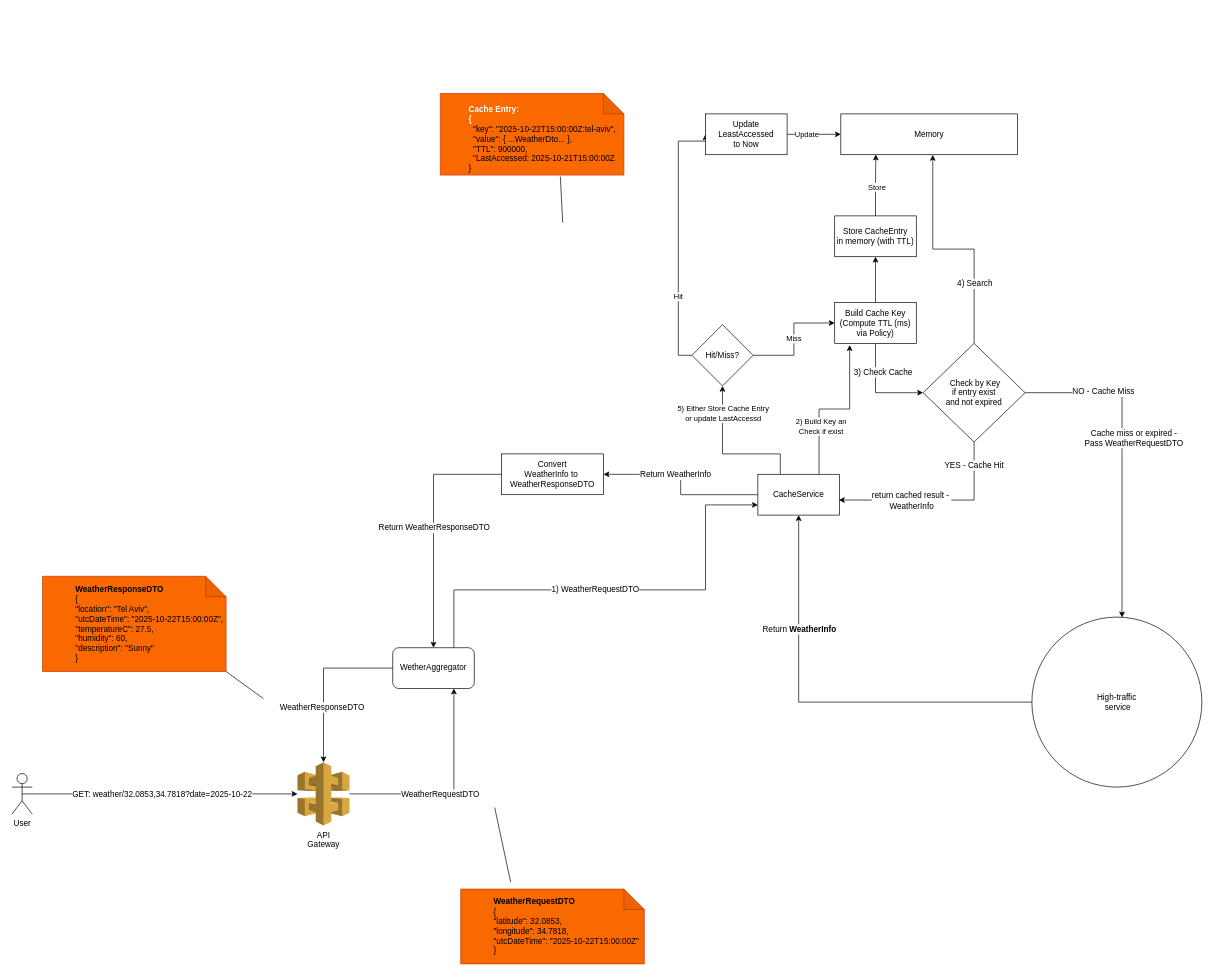
Above: Untitled Diagram.drawio in rotemo-iai/drawio (draw.io), before the change. Source tidied: cells renumbered, new cells numbered last; positions are measured from the earlier drawing's top-left corner, leaving out a move shared by most shapes. Both pictures are drawn from the tidied source at 68%, with x=0, y=0 at pixel (12, 93).
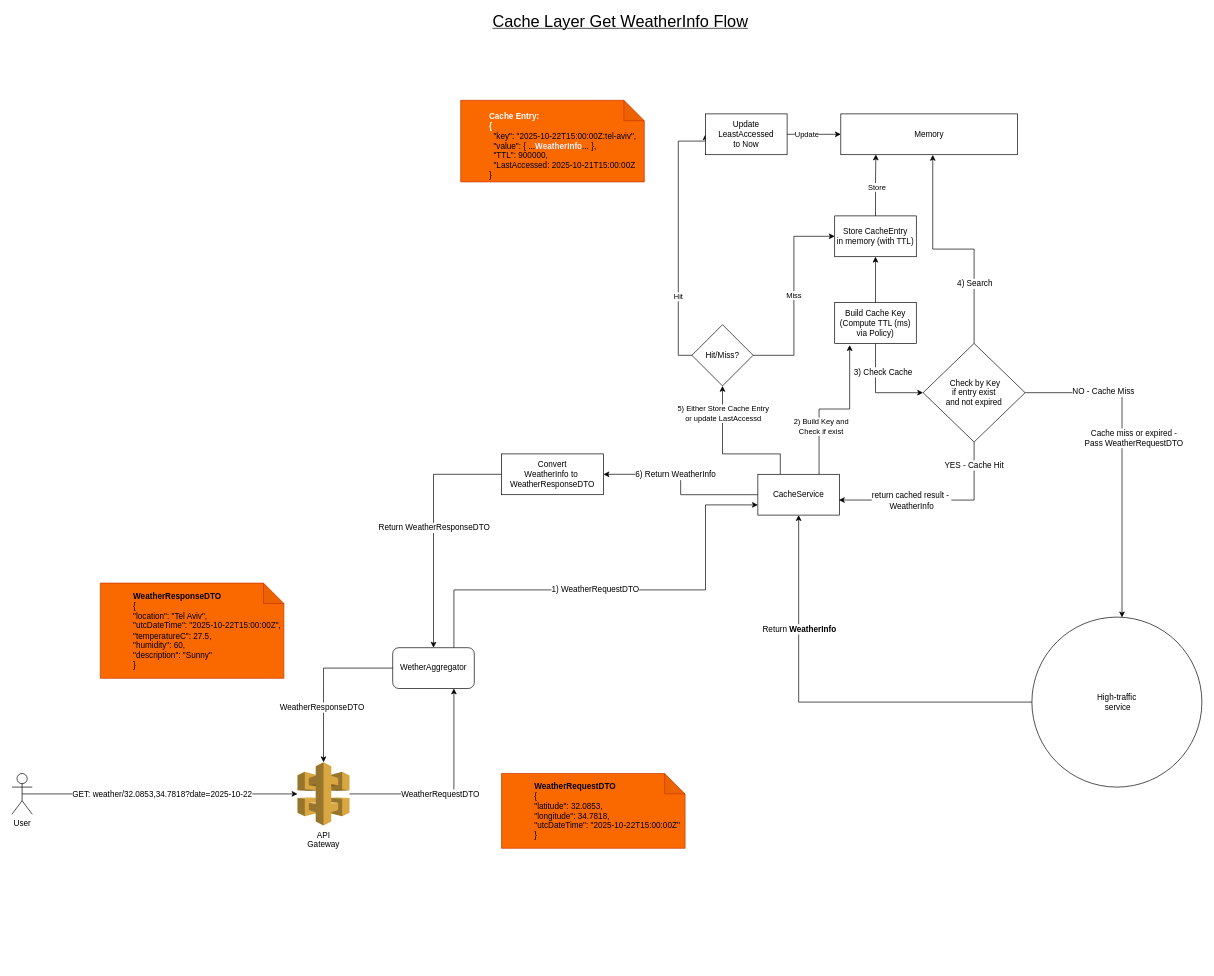
Above is the later version.

The change refers to these unchanged cells:
```xml
<mxCell id="26" style="edgeStyle=orthogonalEdgeStyle;rounded=0;jettySize=auto;html=1;exitX=0;exitY=0.5;exitDx=0;exitDy=0;entryX=1;entryY=0.5;entryDx=0;entryDy=0;fontSize=12;" parent="1" edge="1" source="28" target="43">
  <mxGeometry relative="1" as="geometry" />
</mxCell>
<mxCell id="32" value="Build Cache Key (Compute TTL (ms) via Policy)" style="rounded=0;whiteSpace=wrap;html=1;fontSize=12;" parent="1" vertex="1">
  <mxGeometry x="1210" y="307.5" width="120" height="60" as="geometry" />
</mxCell>
<mxCell id="46" value="Hit/Miss?" style="rhombus;whiteSpace=wrap;html=1;fontSize=12;" parent="1" vertex="1">
  <mxGeometry x="1000" y="340" width="90" height="90" as="geometry" />
</mxCell>
<mxCell id="47" value="&lt;span&gt;&lt;span style=&quot;text-wrap-mode: nowrap;&quot;&gt;Store&lt;/span&gt;&lt;span style=&quot;text-wrap-mode: nowrap;&quot;&gt;&amp;nbsp;&lt;/span&gt;&lt;/span&gt;&lt;span style=&quot;text-wrap-mode: nowrap;&quot;&gt;CacheEntry&lt;br&gt;&lt;/span&gt;&lt;span style=&quot;text-wrap-mode: nowrap;&quot;&gt;in memory (with TTL)&lt;/span&gt;" style="rounded=0;whiteSpace=wrap;html=1;fontSize=12;" parent="1" vertex="1">
  <mxGeometry x="1210" y="180" width="120" height="60" as="geometry" />
</mxCell>
<mxCell id="50" style="edgeStyle=orthogonalEdgeStyle;rounded=0;jettySize=auto;html=1;exitX=0.75;exitY=0;exitDx=0;exitDy=0;" parent="1" edge="1" source="28">
  <mxGeometry relative="1" as="geometry">
    <mxPoint x="1232" y="370" as="targetPoint" />
    <Array as="points">
      <mxPoint x="1187" y="464" />
      <mxPoint x="1232" y="464" />
    </Array>
  </mxGeometry>
</mxCell>
```

What changed in the source:
```diff
@@
-    <mxCell id="12" value="&lt;blockquote style=&quot;margin: 0 0 0 40px; border: none; padding: 0px;&quot;&gt;&lt;div&gt;&amp;nbsp;&amp;nbsp;&lt;/div&gt;&lt;b style=&quot;text-align: center; text-wrap-mode: nowrap;&quot;&gt;&lt;font style=&quot;color: light-dark(rgb(255, 255, 255), rgb(255, 255, 255));&quot;&gt;Cache Entry:&lt;br&gt;{&lt;br&gt;&lt;/font&gt;&lt;/b&gt;&lt;div&gt;&amp;nbsp; &quot;key&quot;: &quot;2025-10-22T15:00:00Z:tel-aviv&quot;,&lt;/div&gt;&lt;div&gt;&amp;nbsp; &quot;value&quot;: { ...WeatherDto... },&lt;/div&gt;&lt;div&gt;&amp;nbsp; &quot;TTL&quot;: 900000,&amp;nbsp;&lt;br&gt;&amp;nbsp; &quot;LastAccessed: 2025-10-21T15:00:00Z&lt;br&gt;}&lt;/div&gt;&lt;/blockquote&gt;" style="shape=note;whiteSpace=wrap;html=1;backgroundOutline=1;darkOpacity=0.05;fillColor=#fa6800;strokeColor=#C73500;fontColor=#000000;align=left;fontSize=12;" parent="1" vertex="1">
-      <mxGeometry x="630" width="270" height="120" as="geometry" />
+    <mxCell id="12" value="&lt;blockquote style=&quot;margin: 0 0 0 40px; border: none; padding: 0px;&quot;&gt;&lt;div&gt;&amp;nbsp;&amp;nbsp;&lt;/div&gt;&lt;b style=&quot;text-align: center; text-wrap-mode: nowrap;&quot;&gt;&lt;font style=&quot;color: light-dark(rgb(255, 255, 255), rgb(255, 255, 255));&quot;&gt;Cache Entry:&lt;br&gt;{&lt;br&gt;&lt;/font&gt;&lt;/b&gt;&lt;div&gt;&amp;nbsp; &quot;key&quot;: &quot;2025-10-22T15:00:00Z:tel-aviv&quot;,&lt;/div&gt;&lt;div&gt;&amp;nbsp; &quot;value&quot;: { ...&lt;span style=&quot;text-align: center; text-wrap-mode: nowrap;&quot;&gt;&lt;font style=&quot;color: light-dark(rgb(238, 240, 255), rgb(255, 255, 255));&quot;&gt;&lt;b&gt;WeatherInfo&lt;/b&gt;&lt;/font&gt;&lt;/span&gt;... },&lt;/div&gt;&lt;div&gt;&amp;nbsp; &quot;TTL&quot;: 900000,&amp;nbsp;&lt;br&gt;&amp;nbsp; &quot;LastAccessed: 2025-10-21T15:00:00Z&lt;br&gt;}&lt;/div&gt;&lt;/blockquote&gt;" style="shape=note;whiteSpace=wrap;html=1;backgroundOutline=1;darkOpacity=0.05;fillColor=#fa6800;strokeColor=#C73500;fontColor=#000000;align=left;fontSize=12;" parent="1" vertex="1">
+      <mxGeometry x="660" y="10" width="270" height="120" as="geometry" />
     </mxCell>
-    <mxCell id="13" style="endArrow=none;html=1;rounded=0;entryX=0.654;entryY=1.017;entryDx=0;entryDy=0;entryPerimeter=0;fontSize=12;" parent="1" edge="1" target="12">
-      <mxGeometry relative="1" as="geometry">
-        <mxPoint x="810" y="190" as="sourcePoint" />
-      </mxGeometry>
-    </mxCell>
@@
     <mxCell id="15" value="&lt;blockquote style=&quot;margin: 0 0 0 40px; border: none; padding: 0px;&quot;&gt;&lt;div&gt;&lt;font&gt;&amp;nbsp;&amp;nbsp;&lt;b style=&quot;background-color: transparent; text-wrap-mode: nowrap; text-align: center;&quot;&gt;WeatherRequestDTO&lt;/b&gt;&lt;/font&gt;&lt;/div&gt;&lt;div&gt;&lt;font&gt;&amp;nbsp;&amp;nbsp;&lt;span style=&quot;background-color: transparent;&quot;&gt;{&lt;/span&gt;&lt;br&gt;&lt;/font&gt;&lt;/div&gt;&lt;div&gt;&lt;font&gt;&amp;nbsp; &quot;latitude&quot;: 32.0853,&lt;/font&gt;&lt;/div&gt;&lt;div&gt;&lt;font&gt;&amp;nbsp; &quot;longitude&quot;: 34.7818,&lt;/font&gt;&lt;/div&gt;&lt;div&gt;&lt;font&gt;&amp;nbsp; &quot;utcDateTime&quot;: &quot;2025-10-22T15:00:00Z&quot;&lt;/font&gt;&lt;/div&gt;&lt;div&gt;&lt;font&gt;&amp;nbsp; }&lt;/font&gt;&lt;/div&gt;&lt;/blockquote&gt;" style="shape=note;whiteSpace=wrap;html=1;backgroundOutline=1;darkOpacity=0.05;fillColor=#fa6800;strokeColor=#C73500;fontColor=#000000;align=left;fontSize=12;" parent="1" vertex="1">
-      <mxGeometry x="660" y="1170" width="270" height="110" as="geometry" />
+      <mxGeometry x="720" y="1000" width="270" height="110" as="geometry" />
     </mxCell>
-    <mxCell id="16" style="endArrow=none;html=1;rounded=0;fontSize=12;" parent="1" edge="1">
-      <mxGeometry relative="1" as="geometry">
-        <mxPoint x="733.5" y="1160" as="sourcePoint" />
-        <mxPoint x="710" y="1050" as="targetPoint" />
-      </mxGeometry>
-    </mxCell>
@@
-    <mxCell id="27" value="&lt;span&gt;Return WeatherInfo&lt;/span&gt;" style="edgeLabel;html=1;align=center;verticalAlign=middle;fontSize=12;" parent="26" vertex="1">
+    <mxCell id="27" value="&lt;span&gt;6) Return WeatherInfo&lt;/span&gt;" style="edgeLabel;html=1;align=center;verticalAlign=middle;fontSize=12;" parent="26" vertex="1">
       <mxGeometry x="0.39" y="1" relative="1" as="geometry">
         <mxPoint x="27" y="-1" as="offset" />
       </mxGeometry>
     </mxCell>
@@
     <mxCell id="33" value="&lt;blockquote style=&quot;margin: 0 0 0 40px; border: none; padding: 0px;&quot;&gt;&lt;div&gt;&lt;font&gt;&amp;nbsp;&amp;nbsp;&lt;/font&gt;&lt;b style=&quot;background-color: transparent; text-wrap-mode: nowrap; text-align: center; color: light-dark(rgb(0, 0, 0), rgb(237, 237, 237));&quot;&gt;WeatherResponseDTO&lt;/b&gt;&lt;/div&gt;&lt;div&gt;&lt;font&gt;&amp;nbsp;&amp;nbsp;&lt;span style=&quot;background-color: transparent;&quot;&gt;{&lt;/span&gt;&lt;br&gt;&lt;/font&gt;&lt;/div&gt;&lt;div&gt;&lt;font&gt;&amp;nbsp;&lt;/font&gt;&lt;span style=&quot;background-color: transparent;&quot;&gt;&amp;nbsp;&quot;location&quot;: &quot;Tel Aviv&quot;,&lt;/span&gt;&lt;/div&gt;&lt;div&gt;&amp;nbsp; &quot;utcDateTime&quot;: &quot;2025-10-22T15:00:00Z&quot;,&lt;/div&gt;&lt;div&gt;&amp;nbsp; &quot;temperatureC&quot;: 27.5,&lt;/div&gt;&lt;div&gt;&amp;nbsp; &quot;humidity&quot;: 60,&lt;/div&gt;&lt;div&gt;&amp;nbsp; &quot;description&quot;: &quot;Sunny&quot;&lt;/div&gt;&lt;div&gt;&lt;font&gt;&amp;nbsp; }&lt;/font&gt;&lt;/div&gt;&lt;/blockquote&gt;" style="shape=note;whiteSpace=wrap;html=1;backgroundOutline=1;darkOpacity=0.05;fillColor=#fa6800;strokeColor=#C73500;fontColor=#000000;align=left;fontSize=12;" parent="1" vertex="1">
-      <mxGeometry x="45" y="710" width="270" height="140" as="geometry" />
+      <mxGeometry x="130" y="720" width="270" height="140" as="geometry" />
     </mxCell>
-    <mxCell id="34" style="endArrow=none;html=1;rounded=0;exitX=1;exitY=1;exitDx=0;exitDy=0;exitPerimeter=0;fontSize=12;" parent="1" edge="1" source="33">
-      <mxGeometry relative="1" as="geometry">
-        <mxPoint x="370" y="890" as="targetPoint" />
-      </mxGeometry>
-    </mxCell>
@@
-    <mxCell id="45" value="Miss" style="edgeStyle=orthogonalEdgeStyle;rounded=0;jettySize=auto;html=1;exitX=1;exitY=0.5;exitDx=0;exitDy=0;entryX=0;entryY=0.5;entryDx=0;entryDy=0;" parent="1" edge="1" source="46" target="32">
+    <mxCell id="45" value="Miss" style="edgeStyle=orthogonalEdgeStyle;rounded=0;jettySize=auto;html=1;exitX=1;exitY=0.5;exitDx=0;exitDy=0;entryX=0;entryY=0.5;entryDx=0;entryDy=0;" parent="1" edge="1" source="46" target="47">
       <mxGeometry relative="1" as="geometry" />
     </mxCell>
@@
-    <mxCell id="51" value="2) Build Key an &lt;br&gt;Check if exist" style="edgeLabel;html=1;align=center;verticalAlign=middle;" parent="50" vertex="1">
+    <mxCell id="51" value="2) Build Key and&lt;br&gt;Check if exist" style="edgeLabel;html=1;align=center;verticalAlign=middle;" parent="50" vertex="1">
       <mxGeometry x="-0.32" y="-2" relative="1" as="geometry">
         <mxPoint y="9" as="offset" />
       </mxGeometry>
     </mxCell>
@@
+    <mxCell id="55" value="&lt;u&gt;&lt;font style=&quot;font-size: 24px;&quot;&gt;Cache Layer Get&amp;nbsp;&lt;span style=&quot;text-wrap-mode: nowrap;&quot;&gt;WeatherInfo &lt;/span&gt;&lt;span style=&quot;text-wrap-mode: nowrap;&quot;&gt;Flow&lt;/span&gt;&lt;/font&gt;&lt;/u&gt;" style="text;html=1;whiteSpace=wrap;strokeColor=none;fillColor=none;align=center;verticalAlign=middle;rounded=0;" parent="1" vertex="1">
+      <mxGeometry x="700" y="-120" width="390" height="30" as="geometry" />
+    </mxCell>
```
